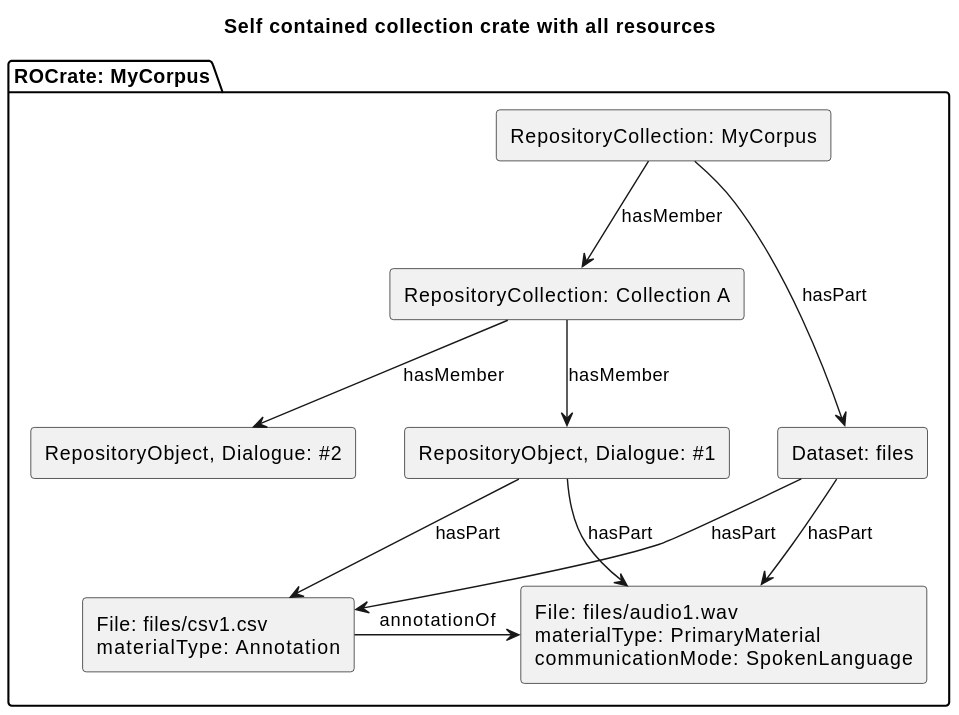
Above: profile/media/bundled-crate.svg in Language-Research-Technology/ldac-profile (PlantUML), before the change.
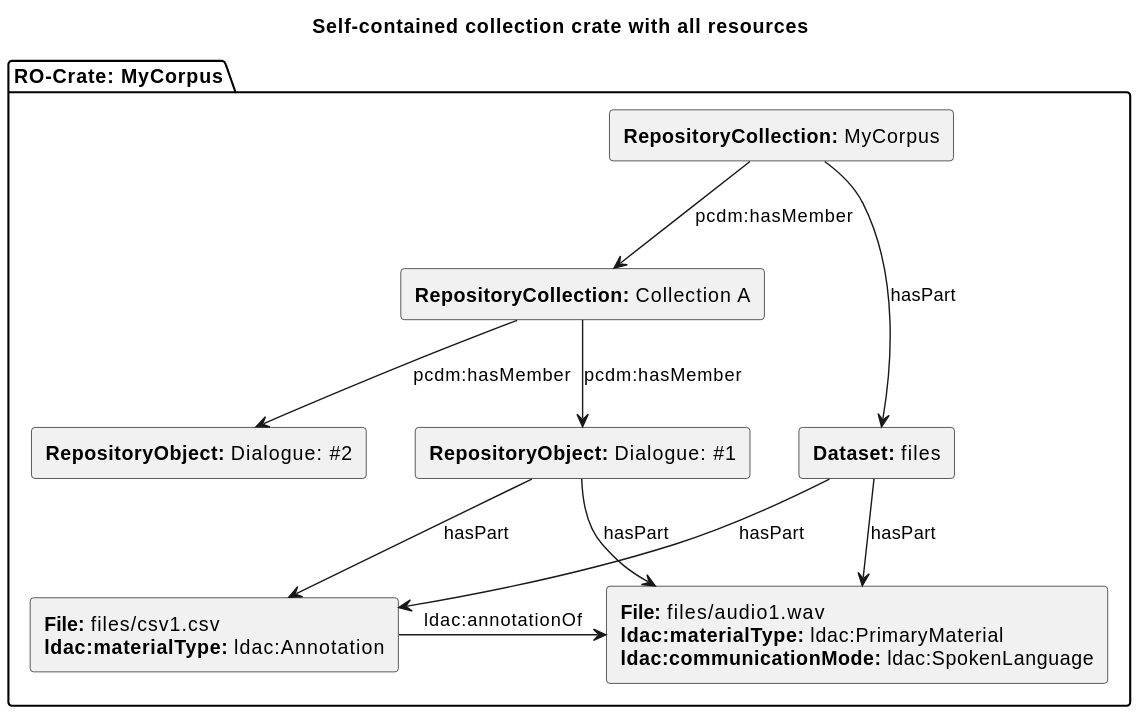
The same diagram one commit later.

What changed in the source:
```diff
@@ -1,31 +1,31 @@
 @startuml
-title: Self contained collection crate with all resources
-package "ROCrate: MyCorpus" {
-   rectangle "RepositoryCollection: MyCorpus" as cc {
+title: Self-contained collection crate with all resources
+package "RO-Crate: MyCorpus" {
+   rectangle "<b>RepositoryCollection:</b> MyCorpus" as cc {
 
    }
-   rectangle "RepositoryObject, Dialogue: #1" as o1 {
+   rectangle "<b>RepositoryObject:</b> Dialogue: #1" as o1 {
 
    }
-   rectangle "RepositoryObject, Dialogue: #2" as o2 {
+   rectangle "<b>RepositoryObject:</b> Dialogue: #2" as o2 {
 
    }
-   rectangle "File: files/audio1.wav\nmaterialType: PrimaryMaterial\ncommunicationMode: SpokenLanguage" as a1
-   rectangle "File: files/csv1.csv\nmaterialType: Annotation" as csv1
-   rectangle "Dataset: files" as files
+   rectangle "<b>File:</b> files/audio1.wav\n<b>ldac:materialType:</b> ldac:PrimaryMaterial\n<b>ldac:communicationMode:</b> ldac:SpokenLanguage" as a1
+   rectangle "<b>File:</b> files/csv1.csv\n<b>ldac:materialType:</b> ldac:Annotation" as csv1
+   rectangle "<b>Dataset:</b> files" as files
 
-  csv1 -> a1: annotationOf
+  csv1 -> a1: ldac:annotationOf
 
-   rectangle "RepositoryCollection: Collection A" as c2 {
+   rectangle "<b>RepositoryCollection:</b> Collection A" as c2 {
 
    }
 
 
 
-   cc -down-> c2 : hasMember
+   cc -down-> c2 : pcdm:hasMember
 
-   c2 -down-> o1 : hasMember
-   c2 -down-> o2 : hasMember
+   c2 -down-> o1 : pcdm:hasMember
+   c2 -down-> o2 : pcdm:hasMember
 
    o1 -down-> a1 : hasPart
    o1 -down-> csv1 : hasPart
```
